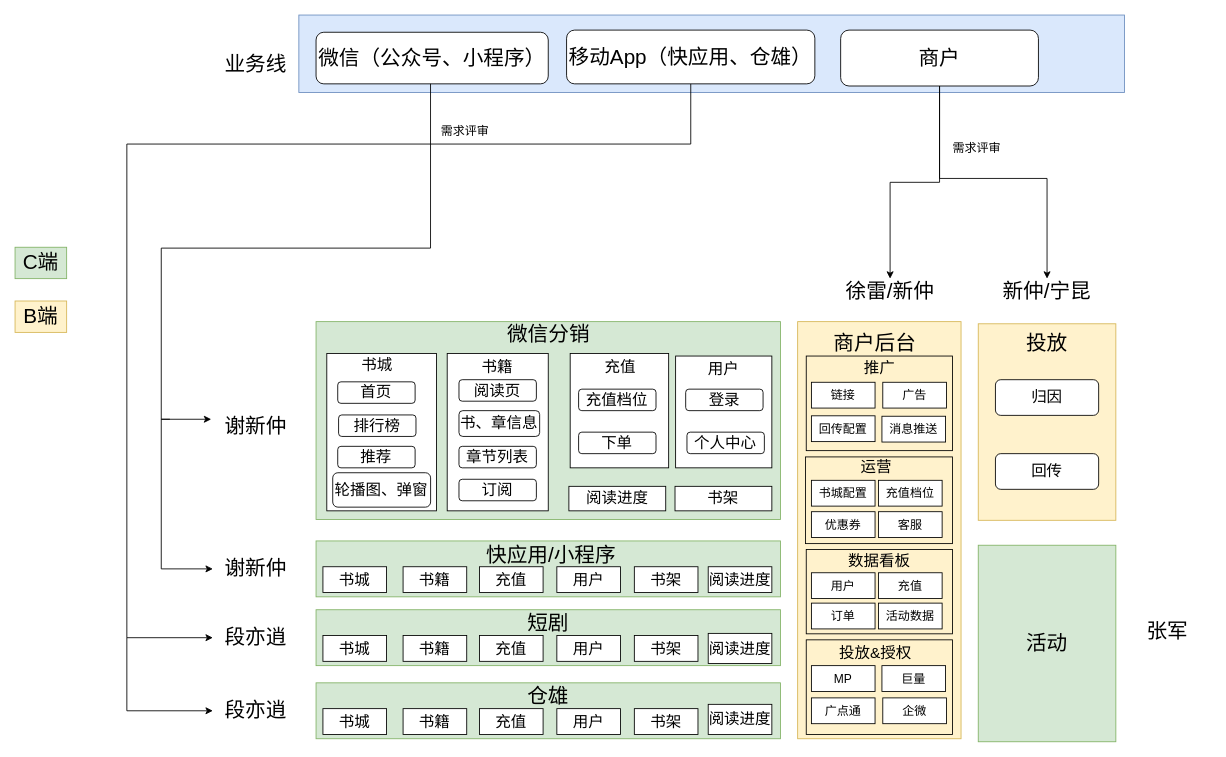
Earlier version of the draw.io diagram page "原架构+人" (3 of 4) of 开平服务化规划(原始版本) 的副本.drawio (qinzw/HelloWorld). Source tidied: cells renumbered, new cells numbered last; positions are measured from the earlier drawing's top-left corner, leaving out a move shared by most shapes. Both pictures are drawn from the tidied source at 86%, with x=0, y=0 at pixel (15, 15).
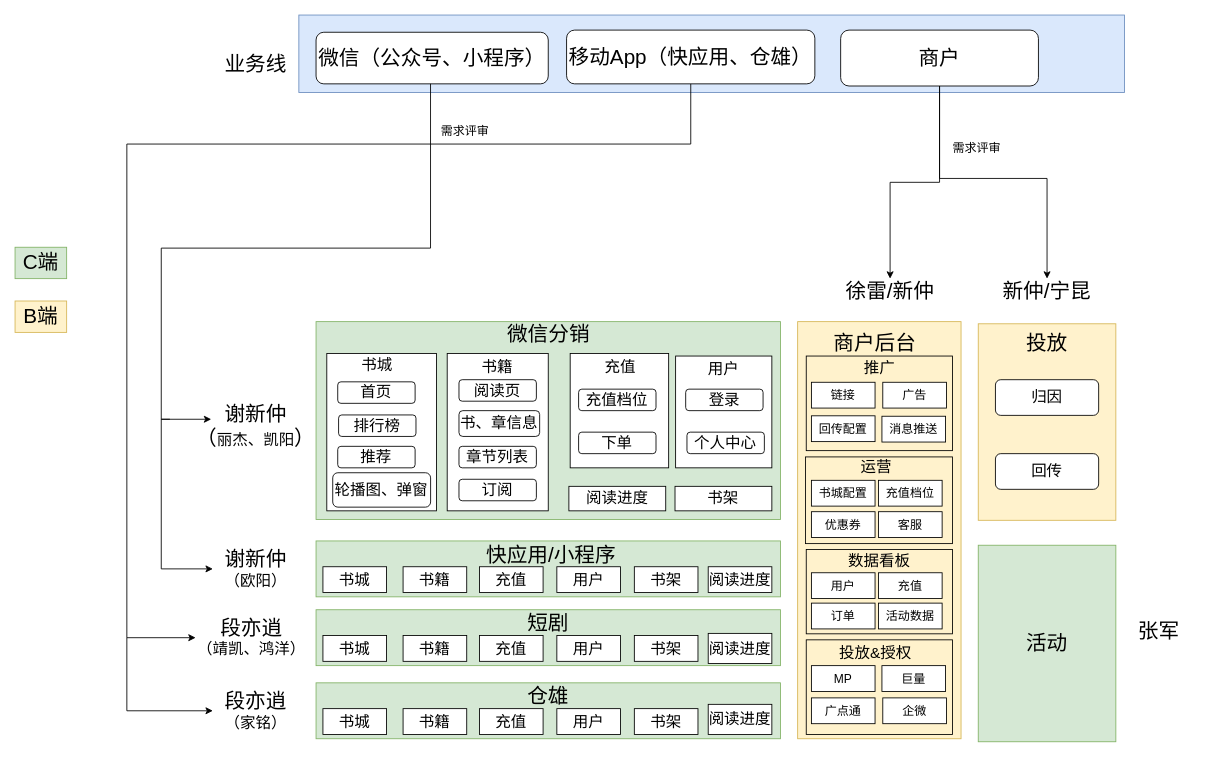
After the change.

Commit message:
更新开平服务化规划(原始版本) 的副本.drawio

The edit, as a diff of the source:
```diff
@@
-    <mxCell id="8" value="&lt;font style=&quot;font-size: 24px;&quot;&gt;谢新仲&lt;/font&gt;" style="text;html=1;strokeColor=none;fillColor=none;align=center;verticalAlign=middle;whiteSpace=wrap;rounded=0;" parent="1" vertex="1">
-      <mxGeometry x="230" y="462.5" width="100" height="30" as="geometry" />
+    <mxCell id="8" value="&lt;font style=&quot;font-size: 24px;&quot;&gt;谢新仲&lt;br&gt;（&lt;/font&gt;&lt;font style=&quot;font-size: 18px;&quot;&gt;丽杰、凯阳&lt;/font&gt;&lt;font style=&quot;font-size: 24px;&quot;&gt;）&lt;br&gt;&lt;/font&gt;" style="text;html=1;strokeColor=none;fillColor=none;align=center;verticalAlign=middle;whiteSpace=wrap;rounded=0;" parent="1" vertex="1">
+      <mxGeometry x="210" y="462.5" width="140" height="30" as="geometry" />
     </mxCell>
@@
     <mxCell id="94" value="&lt;font style=&quot;font-size: 24px;&quot;&gt;张军&lt;/font&gt;" style="text;html=1;strokeColor=none;fillColor=none;align=center;verticalAlign=middle;whiteSpace=wrap;rounded=0;" parent="1" vertex="1">
-      <mxGeometry x="1290" y="701.5" width="100" height="30" as="geometry" />
+      <mxGeometry x="1280" y="701.5" width="100" height="30" as="geometry" />
     </mxCell>
-    <mxCell id="95" value="&lt;span style=&quot;font-size: 24px;&quot;&gt;谢新仲&lt;/span&gt;" style="text;html=1;strokeColor=none;fillColor=none;align=center;verticalAlign=middle;whiteSpace=wrap;rounded=0;" parent="1" vertex="1">
+    <mxCell id="95" value="&lt;span style=&quot;font-size: 24px;&quot;&gt;谢新仲&lt;/span&gt;&lt;font style=&quot;font-size: 18px;&quot;&gt;（欧阳）&lt;/font&gt;" style="text;html=1;strokeColor=none;fillColor=none;align=center;verticalAlign=middle;whiteSpace=wrap;rounded=0;" parent="1" vertex="1">
       <mxGeometry x="230" y="629" width="100" height="30" as="geometry" />
     </mxCell>
@@
-    <mxCell id="97" value="&lt;span style=&quot;font-size: 24px;&quot;&gt;段亦逍&lt;/span&gt;" style="text;html=1;strokeColor=none;fillColor=none;align=center;verticalAlign=middle;whiteSpace=wrap;rounded=0;" parent="1" vertex="1">
-      <mxGeometry x="230" y="709" width="100" height="30" as="geometry" />
+    <mxCell id="97" value="&lt;span style=&quot;font-size: 24px;&quot;&gt;段亦逍&lt;/span&gt;&lt;br&gt;&lt;font style=&quot;font-size: 18px;&quot;&gt;（靖凯、鸿洋）&lt;/font&gt;" style="text;html=1;strokeColor=none;fillColor=none;align=center;verticalAlign=middle;whiteSpace=wrap;rounded=0;" parent="1" vertex="1">
+      <mxGeometry x="210" y="709" width="130" height="30" as="geometry" />
     </mxCell>
-    <mxCell id="98" value="&lt;span style=&quot;font-size: 24px;&quot;&gt;段亦逍&lt;/span&gt;" style="text;html=1;strokeColor=none;fillColor=none;align=center;verticalAlign=middle;whiteSpace=wrap;rounded=0;" parent="1" vertex="1">
+    <mxCell id="98" value="&lt;span style=&quot;font-size: 24px;&quot;&gt;段亦逍&lt;/span&gt;&lt;br&gt;&lt;font style=&quot;font-size: 18px;&quot;&gt;（家铭）&lt;/font&gt;" style="text;html=1;strokeColor=none;fillColor=none;align=center;verticalAlign=middle;whiteSpace=wrap;rounded=0;" parent="1" vertex="1">
       <mxGeometry x="230" y="794" width="100" height="30" as="geometry" />
     </mxCell>
```
